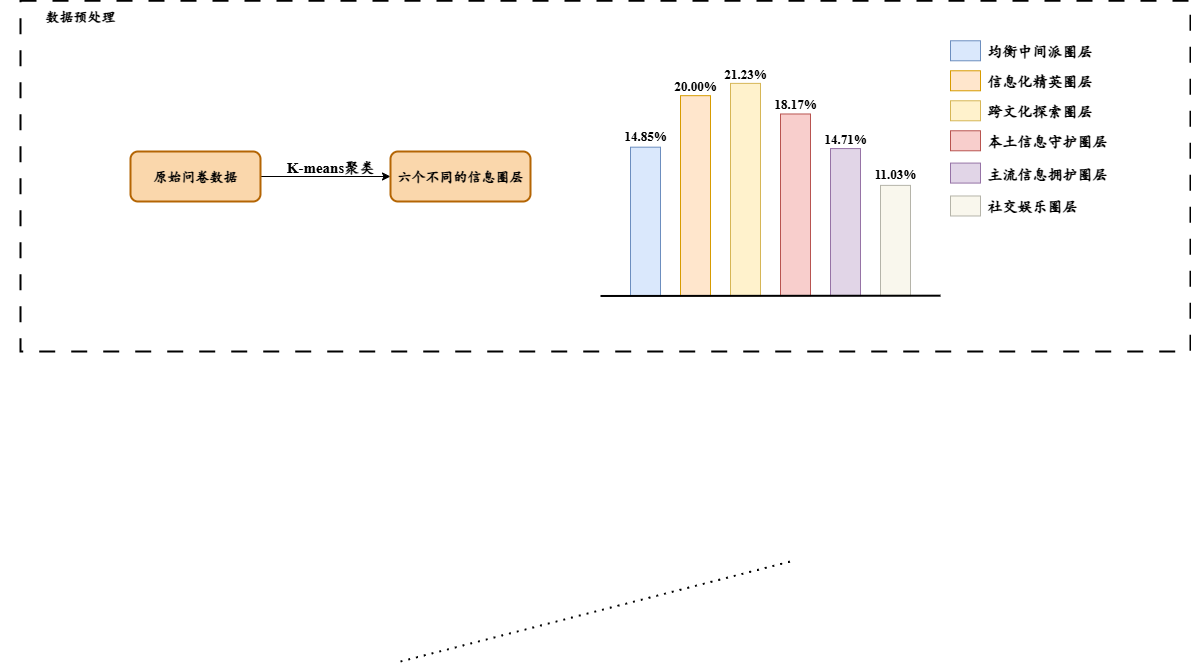
The draw.io diagram data_process.drawio.png in GUMrkai/FairAgent, before a commit. Source tidied: cells renumbered, new cells last; positions are measured from the earlier drawing's top-left corner, leaving out a move shared by most shapes.
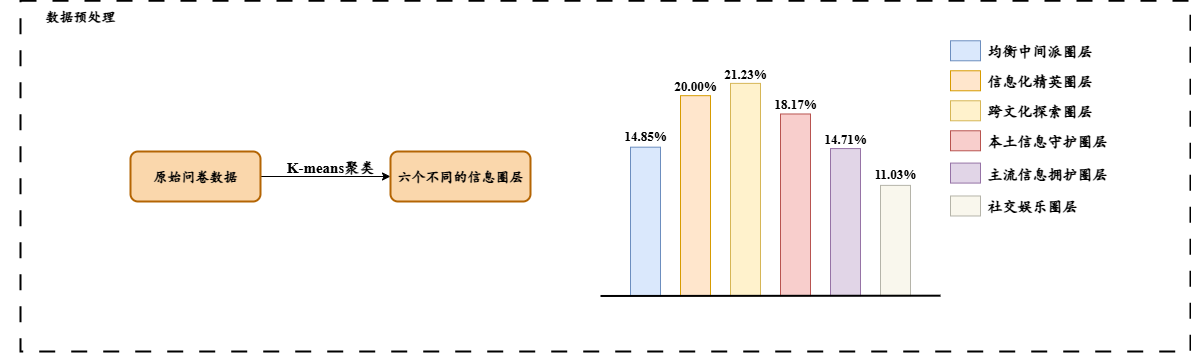
The same diagram one commit later.

Diff of the diagram source:
```diff
@@ -98,11 +98,5 @@
     <mxCell id="32" value="&lt;font face=&quot;Times New Roman&quot;&gt;11.03%&lt;/font&gt;" style="text;html=1;align=center;verticalAlign=middle;whiteSpace=wrap;rounded=0;fontFamily=楷体;fontStyle=1;fontSize=13;" parent="1" vertex="1">
       <mxGeometry x="870" y="162.6" width="50" height="20" as="geometry" />
     </mxCell>
-    <mxCell id="33" style="endArrow=none;dashed=1;html=1;dashPattern=1 3;strokeWidth=2;rounded=0;" parent="1" edge="1">
-      <mxGeometry relative="1" as="geometry">
-        <mxPoint x="400" y="661" as="sourcePoint" />
-        <mxPoint x="790" y="561" as="targetPoint" />
-      </mxGeometry>
-    </mxCell>
   </root>
 </mxGraphModel>
```
